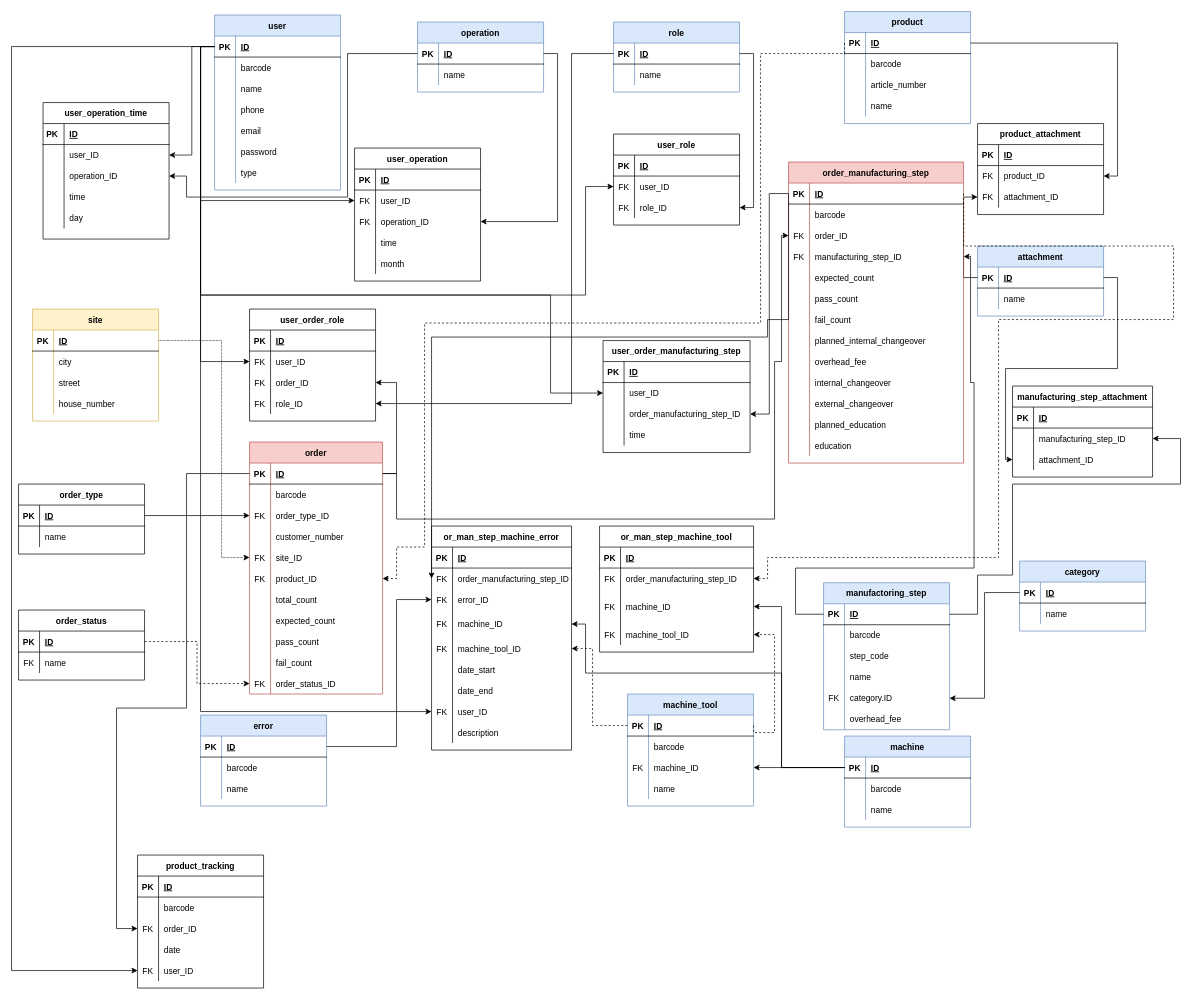
KerteszZoltan/mesterminal keeps this draw.io diagram as DOC/diagrams/database_plan_2_0_0.drawio. Above is the earlier version. Source tidied: cells renumbered, new cells numbered last; positions are measured from the earlier drawing's top-left corner, leaving out a move shared by most shapes. Both pictures are drawn from the tidied source at 70%, with x=0, y=0 at pixel (11, 11).
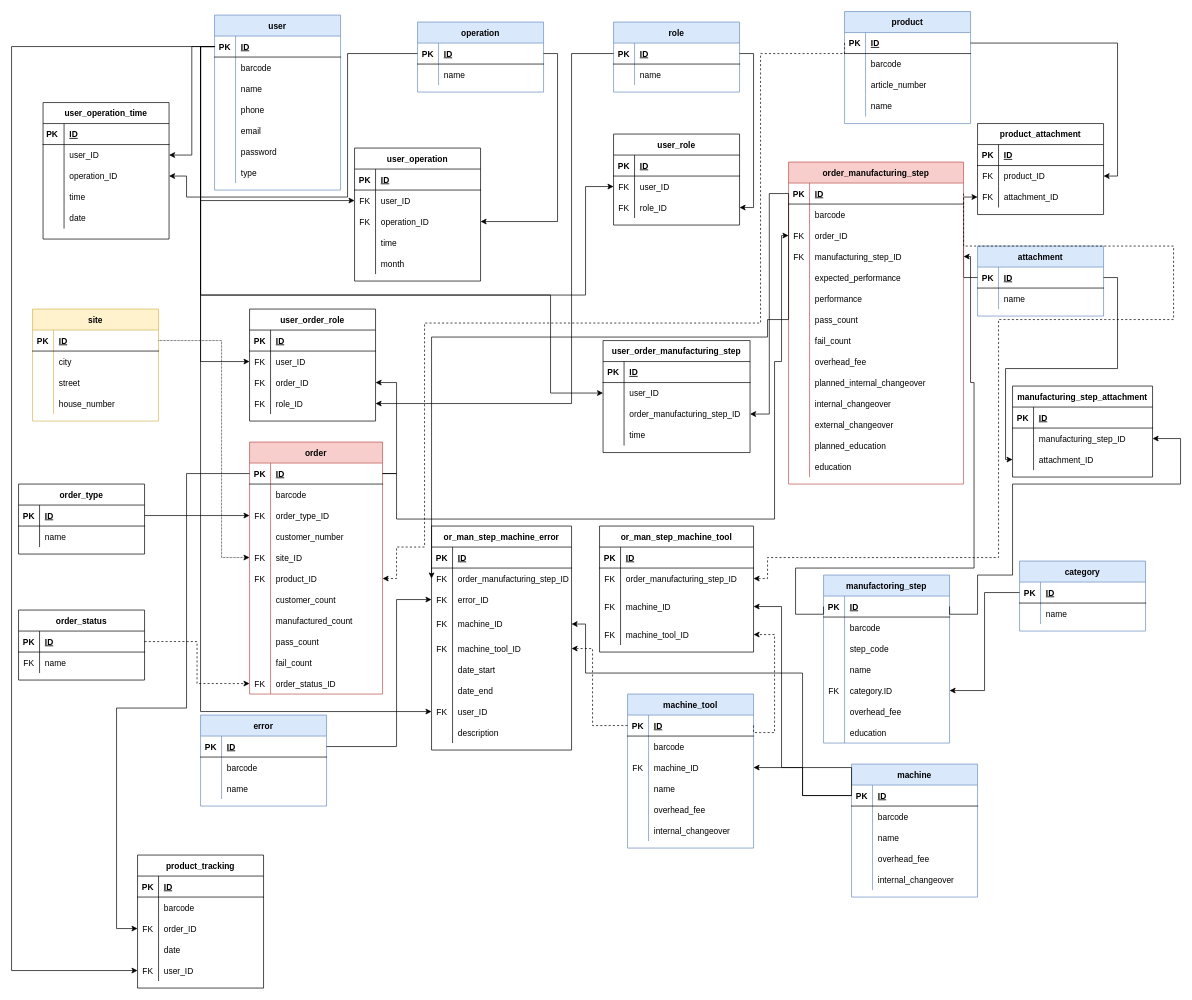
Above is the later version.

Commit message:
match fields according to the database

The change refers to these unchanged cells:
```xml
<mxCell id="87" style="shape=partialRectangle;fillColor=none;top=0;left=0;bottom=0;right=0;" parent="68" vertex="1">
  <mxGeometry y="210" width="190" height="30" as="geometry" />
</mxCell>
<mxCell id="90" style="shape=partialRectangle;fillColor=none;top=0;left=0;bottom=0;right=0;" parent="68" vertex="1">
  <mxGeometry y="240" width="190" height="30" as="geometry" />
</mxCell>
<mxCell id="137" style="shape=partialRectangle;fillColor=none;top=0;left=0;bottom=0;right=0;points=[[0,0.5],[1,0.5]];portConstraint=eastwest;" parent="127" vertex="1">
  <mxGeometry y="120" width="200" height="40" as="geometry" />
</mxCell>
<mxCell id="156" style="shape=partialRectangle;fillColor=none;top=0;left=0;bottom=1;right=0;points=[[0,0.5],[1,0.5]];portConstraint=eastwest;" parent="155" vertex="1">
  <mxGeometry y="30" width="180" height="30" as="geometry" />
</mxCell>
<mxCell id="271" style="shape=partialRectangle;fillColor=none;top=0;left=0;bottom=0;right=0;" parent="258" vertex="1">
  <mxGeometry y="150" width="250" height="30" as="geometry" />
</mxCell>
<mxCell id="391" style="shape=partialRectangle;fillColor=none;top=0;left=0;bottom=0;right=0;" parent="378" vertex="1">
  <mxGeometry y="150" width="180" height="30" as="geometry" />
</mxCell>
```

Diff of the diagram source:
```diff
@@
-    <mxCell id="89" value="total_count" style="shape=partialRectangle;fillColor=none;top=0;left=0;bottom=0;right=0;align=left;spacingLeft=6;overflow=hidden;" parent="87" vertex="1">
+    <mxCell id="89" value="customer_count" style="shape=partialRectangle;fillColor=none;top=0;left=0;bottom=0;right=0;align=left;spacingLeft=6;overflow=hidden;" parent="87" vertex="1">
       <mxGeometry x="30" width="160" height="30" as="geometry" />
     </mxCell>
@@
-    <mxCell id="92" value="expected_count" style="shape=partialRectangle;fillColor=none;top=0;left=0;bottom=0;right=0;align=left;spacingLeft=6;overflow=hidden;" parent="90" vertex="1">
+    <mxCell id="92" value="manufactured_count" style="shape=partialRectangle;fillColor=none;top=0;left=0;bottom=0;right=0;align=left;spacingLeft=6;overflow=hidden;" parent="90" vertex="1">
       <mxGeometry x="30" width="160" height="30" as="geometry" />
     </mxCell>
@@
     <mxCell id="155" value="machine" style="shape=table;startSize=30;childLayout=tableLayout;rowLines=0;fontStyle=1;align=center;fillColor=#dae8fc;strokeColor=#6c8ebf;" parent="1" vertex="1">
-      <mxGeometry x="1190" y="1035" width="180" height="130" as="geometry" />
+      <mxGeometry x="1200" y="1075" width="180" height="190" as="geometry" />
     </mxCell>
@@
+    <mxCell id="396" style="shape=partialRectangle;fillColor=none;top=0;left=0;bottom=0;right=0;" parent="155" vertex="1">
+      <mxGeometry y="120" width="180" height="30" as="geometry" />
+    </mxCell>
+    <mxCell id="397" style="shape=partialRectangle;fillColor=none;top=0;left=0;bottom=0;right=0;overflow=hidden;" parent="396" vertex="1">
+      <mxGeometry width="30" height="30" as="geometry" />
+    </mxCell>
+    <mxCell id="398" value="overhead_fee" style="shape=partialRectangle;fillColor=none;top=0;left=0;bottom=0;right=0;align=left;spacingLeft=6;overflow=hidden;" parent="396" vertex="1">
+      <mxGeometry x="30" width="150" height="30" as="geometry" />
+    </mxCell>
+    <mxCell id="399" style="shape=partialRectangle;fillColor=none;top=0;left=0;bottom=0;right=0;" parent="155" vertex="1">
+      <mxGeometry y="150" width="180" height="30" as="geometry" />
+    </mxCell>
+    <mxCell id="400" style="shape=partialRectangle;fillColor=none;top=0;left=0;bottom=0;right=0;overflow=hidden;" parent="399" vertex="1">
+      <mxGeometry width="30" height="30" as="geometry" />
+    </mxCell>
+    <mxCell id="401" value="internal_changeover" style="shape=partialRectangle;fillColor=none;top=0;left=0;bottom=0;right=0;align=left;spacingLeft=6;overflow=hidden;" parent="399" vertex="1">
+      <mxGeometry x="30" width="150" height="30" as="geometry" />
+    </mxCell>
@@
     <mxCell id="231" value="manufactoring_step" style="shape=table;startSize=30;childLayout=tableLayout;rowLines=0;fontStyle=1;align=center;fillColor=#dae8fc;strokeColor=#6c8ebf;" parent="1" vertex="1">
-      <mxGeometry x="1160" y="816" width="180" height="210" as="geometry" />
+      <mxGeometry x="1160" y="805" width="180" height="240" as="geometry" />
     </mxCell>
@@
+    <mxCell id="402" style="shape=partialRectangle;fillColor=none;top=0;left=0;bottom=0;right=0;" parent="231" vertex="1">
+      <mxGeometry y="210" width="180" height="30" as="geometry" />
+    </mxCell>
+    <mxCell id="403" value="      &#10;" style="shape=partialRectangle;fillColor=none;top=0;left=0;bottom=0;right=0;overflow=hidden;" parent="402" vertex="1">
+      <mxGeometry width="30" height="30" as="geometry" />
+    </mxCell>
+    <mxCell id="404" value="education" style="shape=partialRectangle;fillColor=none;top=0;left=0;bottom=0;right=0;align=left;spacingLeft=6;overflow=hidden;" parent="402" vertex="1">
+      <mxGeometry x="30" width="150" height="30" as="geometry" />
+    </mxCell>
@@
     <mxCell id="258" value="order_manufacturing_step" style="shape=table;startSize=30;childLayout=tableLayout;rowLines=0;fontStyle=1;align=center;fillColor=#f8cecc;strokeColor=#b85450;" parent="1" vertex="1">
-      <mxGeometry x="1110" y="215" width="250" height="430" as="geometry" />
+      <mxGeometry x="1110" y="215" width="250" height="460" as="geometry" />
     </mxCell>
@@
-    <mxCell id="273" value="expected_count" style="shape=partialRectangle;fillColor=none;top=0;left=0;bottom=0;right=0;align=left;spacingLeft=6;overflow=hidden;" parent="271" vertex="1">
+    <mxCell id="273" value="expected_performance" style="shape=partialRectangle;fillColor=none;top=0;left=0;bottom=0;right=0;align=left;spacingLeft=6;overflow=hidden;" parent="271" vertex="1">
       <mxGeometry x="30" width="220" height="30" as="geometry" />
     </mxCell>
+    <mxCell id="405" style="shape=partialRectangle;fillColor=none;top=0;left=0;bottom=0;right=0;" parent="258" vertex="1">
+      <mxGeometry y="180" width="250" height="30" as="geometry" />
+    </mxCell>
+    <mxCell id="406" style="shape=partialRectangle;fillColor=none;top=0;left=0;bottom=0;right=0;overflow=hidden;" parent="405" vertex="1">
+      <mxGeometry width="30" height="30" as="geometry" />
+    </mxCell>
+    <mxCell id="407" value="performance" style="shape=partialRectangle;fillColor=none;top=0;left=0;bottom=0;right=0;align=left;spacingLeft=6;overflow=hidden;" parent="405" vertex="1">
+      <mxGeometry x="30" width="220" height="30" as="geometry" />
+    </mxCell>
     <mxCell id="274" style="shape=partialRectangle;fillColor=none;top=0;left=0;bottom=0;right=0;" parent="258" vertex="1">
-      <mxGeometry y="180" width="250" height="30" as="geometry" />
+      <mxGeometry y="210" width="250" height="30" as="geometry" />
     </mxCell>
@@
     <mxCell id="277" style="shape=partialRectangle;fillColor=none;top=0;left=0;bottom=0;right=0;" parent="258" vertex="1">
-      <mxGeometry y="210" width="250" height="30" as="geometry" />
+      <mxGeometry y="240" width="250" height="30" as="geometry" />
     </mxCell>
@@
+    <mxCell id="283" style="shape=partialRectangle;fillColor=none;top=0;left=0;bottom=0;right=0;" parent="258" vertex="1">
+      <mxGeometry y="270" width="250" height="30" as="geometry" />
+    </mxCell>
+    <mxCell id="284" style="shape=partialRectangle;fillColor=none;top=0;left=0;bottom=0;right=0;overflow=hidden;" parent="283" vertex="1">
+      <mxGeometry width="30" height="30" as="geometry" />
+    </mxCell>
+    <mxCell id="285" value="overhead_fee" style="shape=partialRectangle;fillColor=none;top=0;left=0;bottom=0;right=0;align=left;spacingLeft=6;overflow=hidden;fontColor=default;" parent="283" vertex="1">
+      <mxGeometry x="30" width="220" height="30" as="geometry" />
+    </mxCell>
     <mxCell id="280" style="shape=partialRectangle;fillColor=none;top=0;left=0;bottom=0;right=0;" parent="258" vertex="1">
-      <mxGeometry y="240" width="250" height="30" as="geometry" />
+      <mxGeometry y="300" width="250" height="30" as="geometry" />
     </mxCell>
@@
-    <mxCell id="283" style="shape=partialRectangle;fillColor=none;top=0;left=0;bottom=0;right=0;" parent="258" vertex="1">
-      <mxGeometry y="270" width="250" height="30" as="geometry" />
-    </mxCell>
-    <mxCell id="284" style="shape=partialRectangle;fillColor=none;top=0;left=0;bottom=0;right=0;overflow=hidden;" parent="283" vertex="1">
-      <mxGeometry width="30" height="30" as="geometry" />
-    </mxCell>
-    <mxCell id="285" value="overhead_fee" style="shape=partialRectangle;fillColor=none;top=0;left=0;bottom=0;right=0;align=left;spacingLeft=6;overflow=hidden;fontColor=default;" parent="283" vertex="1">
-      <mxGeometry x="30" width="220" height="30" as="geometry" />
-    </mxCell>
     <mxCell id="286" style="shape=partialRectangle;fillColor=none;top=0;left=0;bottom=0;right=0;" parent="258" vertex="1">
-      <mxGeometry y="300" width="250" height="30" as="geometry" />
+      <mxGeometry y="330" width="250" height="30" as="geometry" />
     </mxCell>
@@
     <mxCell id="289" style="shape=partialRectangle;fillColor=none;top=0;left=0;bottom=0;right=0;" parent="258" vertex="1">
-      <mxGeometry y="330" width="250" height="30" as="geometry" />
+      <mxGeometry y="360" width="250" height="30" as="geometry" />
     </mxCell>
@@
     <mxCell id="292" style="shape=partialRectangle;fillColor=none;top=0;left=0;bottom=0;right=0;" parent="258" vertex="1">
-      <mxGeometry y="360" width="250" height="30" as="geometry" />
+      <mxGeometry y="390" width="250" height="30" as="geometry" />
     </mxCell>
@@
     <mxCell id="295" style="shape=partialRectangle;fillColor=none;top=0;left=0;bottom=0;right=0;" parent="258" vertex="1">
-      <mxGeometry y="390" width="250" height="30" as="geometry" />
+      <mxGeometry y="420" width="250" height="30" as="geometry" />
     </mxCell>
@@
     <mxCell id="302" value="machine_tool" style="shape=table;startSize=30;childLayout=tableLayout;rowLines=0;fontStyle=1;align=center;fillColor=#dae8fc;strokeColor=#6c8ebf;" parent="1" vertex="1">
-      <mxGeometry x="880" y="975" width="180" height="160" as="geometry" />
+      <mxGeometry x="880" y="975" width="180" height="220" as="geometry" />
     </mxCell>
@@
+    <mxCell id="408" style="shape=partialRectangle;fillColor=none;top=0;left=0;bottom=0;right=0;" parent="302" vertex="1">
+      <mxGeometry y="150" width="180" height="30" as="geometry" />
+    </mxCell>
+    <mxCell id="409" style="shape=partialRectangle;fillColor=none;top=0;left=0;bottom=0;right=0;overflow=hidden;" parent="408" vertex="1">
+      <mxGeometry width="30" height="30" as="geometry" />
+    </mxCell>
+    <mxCell id="410" value="overhead_fee" style="shape=partialRectangle;fillColor=none;top=0;left=0;bottom=0;right=0;align=left;spacingLeft=6;overflow=hidden;" parent="408" vertex="1">
+      <mxGeometry x="30" width="150" height="30" as="geometry" />
+    </mxCell>
+    <mxCell id="411" style="shape=partialRectangle;fillColor=none;top=0;left=0;bottom=0;right=0;" parent="302" vertex="1">
+      <mxGeometry y="180" width="180" height="30" as="geometry" />
+    </mxCell>
+    <mxCell id="412" style="shape=partialRectangle;fillColor=none;top=0;left=0;bottom=0;right=0;overflow=hidden;" parent="411" vertex="1">
+      <mxGeometry width="30" height="30" as="geometry" />
+    </mxCell>
+    <mxCell id="413" value="internal_changeover" style="shape=partialRectangle;fillColor=none;top=0;left=0;bottom=0;right=0;align=left;spacingLeft=6;overflow=hidden;" parent="411" vertex="1">
+      <mxGeometry x="30" width="150" height="30" as="geometry" />
+    </mxCell>
     <mxCell id="315" style="edgeStyle=orthogonalEdgeStyle;rounded=0;jettySize=auto;html=1;exitX=0;exitY=0.5;exitDx=0;exitDy=0;entryX=1;entryY=0.5;entryDx=0;entryDy=0;" parent="1" edge="1" source="156" target="137">
       <mxGeometry relative="1" as="geometry">
         <Array as="points">
-          <mxPoint x="1100" y="1080" />
-          <mxPoint x="1100" y="945" />
+          <mxPoint x="1130" y="1120" />
+          <mxPoint x="1130" y="945" />
           <mxPoint x="820" y="945" />
           <mxPoint x="820" y="875" />
         </Array>
       </mxGeometry>
     </mxCell>
@@
-    <mxCell id="393" value="day" style="shape=partialRectangle;fillColor=none;top=0;left=0;bottom=0;right=0;align=left;spacingLeft=6;overflow=hidden;" parent="391" vertex="1">
+    <mxCell id="393" value="date" style="shape=partialRectangle;fillColor=none;top=0;left=0;bottom=0;right=0;align=left;spacingLeft=6;overflow=hidden;" parent="391" vertex="1">
       <mxGeometry x="30" width="150" height="30" as="geometry" />
     </mxCell>
```
